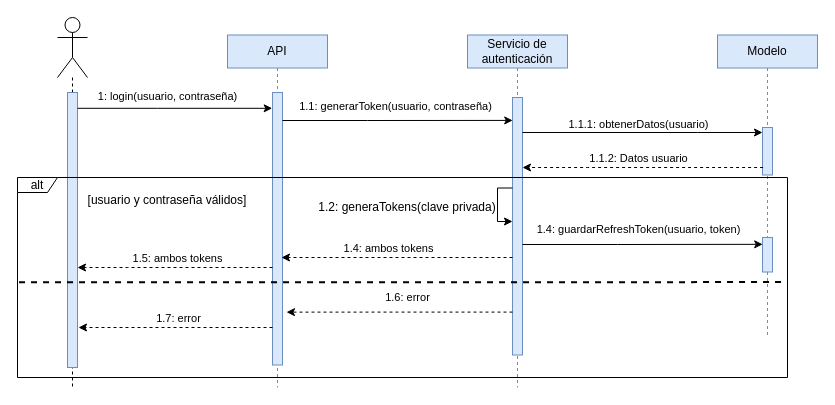
The draw.io diagram diseno/sistema/DS/login.drawio in corderop/TFG, before the edit. Source tidied: cells renumbered, new cells numbered last; positions are measured from the earlier drawing's top-left corner, leaving out a move shared by most shapes. Both pictures are drawn from the tidied source at 100%, with x=0, y=0 at pixel (17, 17).
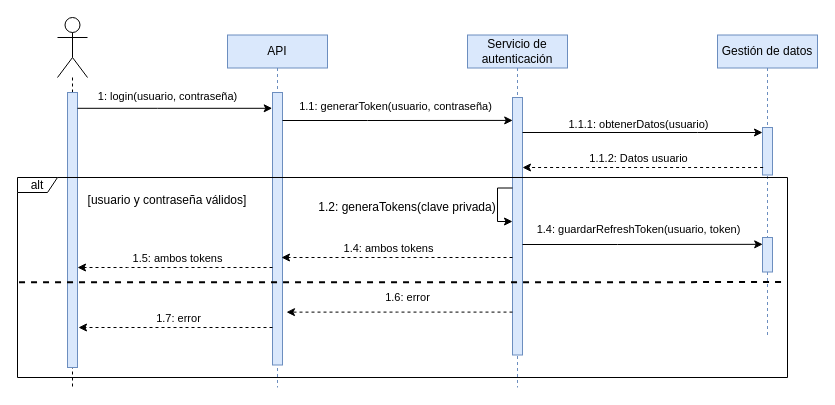
Above is the later version.

What changed in the source:
```diff
@@
-    <mxCell id="9" value="&lt;div&gt;Modelo&lt;/div&gt;" style="shape=umlLifeline;perimeter=lifelinePerimeter;whiteSpace=wrap;html=1;size=33;fillColor=#dae8fc;strokeColor=#6c8ebf;" parent="1" vertex="1">
+    <mxCell id="9" value="&lt;div&gt;Gestión de datos&lt;/div&gt;" style="shape=umlLifeline;perimeter=lifelinePerimeter;whiteSpace=wrap;html=1;size=33;fillColor=#dae8fc;strokeColor=#6c8ebf;" parent="1" vertex="1">
       <mxGeometry x="700" y="17.5" width="100" height="300" as="geometry" />
     </mxCell>
```
